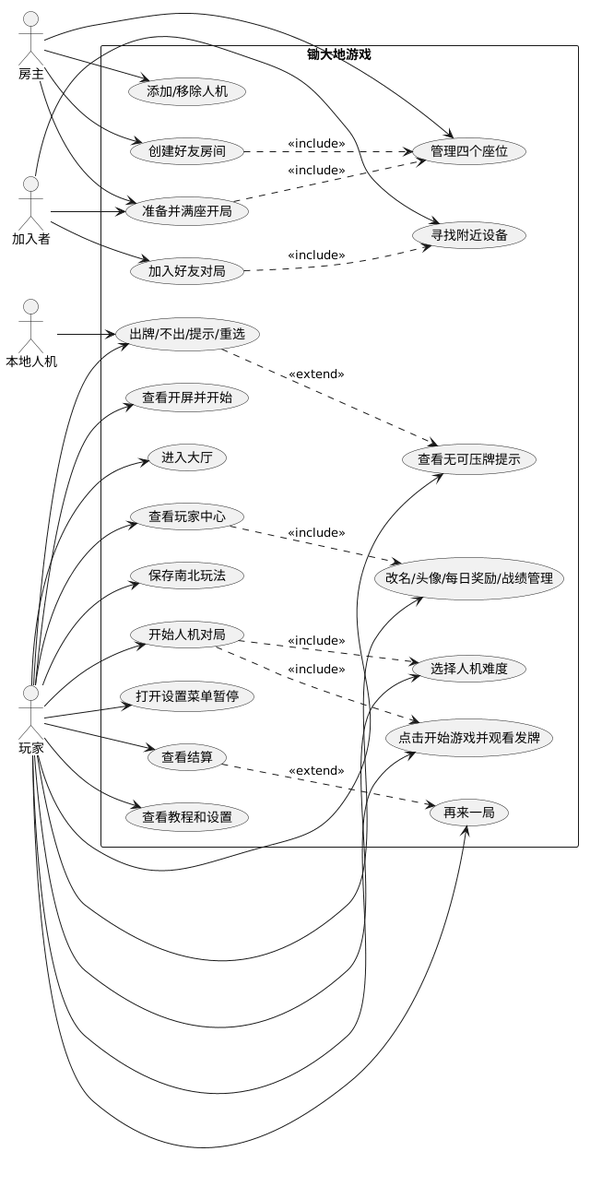
The PlantUML diagram docs/uml/use_case.png in Mojieeee/uml_chudadi, before a commit.
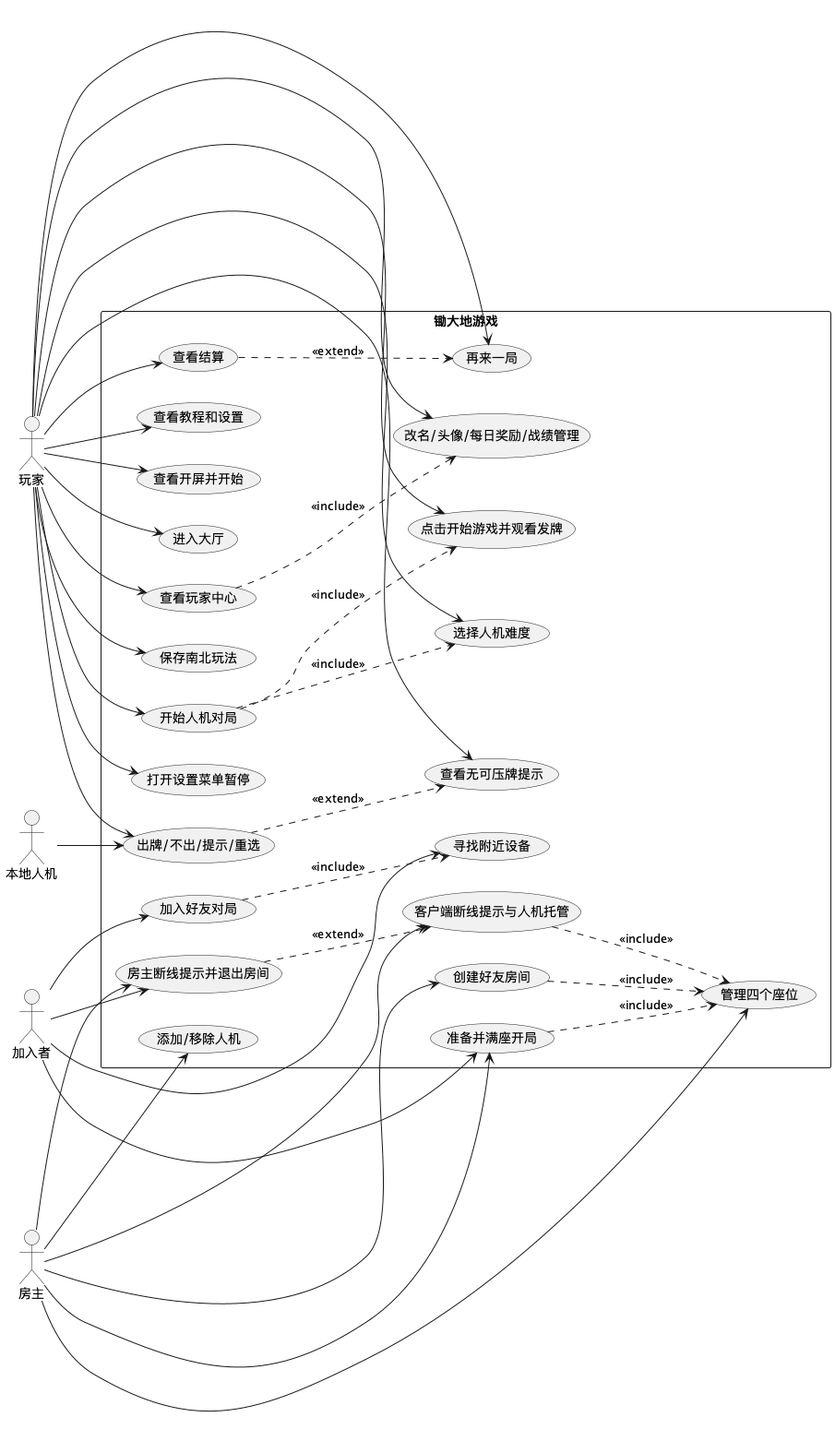
Above is the later version.

The edit, as a diff of the source:
```diff
@@ -22,6 +22,8 @@
   usecase "管理四个座位" as UC_Seats
   usecase "添加/移除人机" as UC_AiSeat
   usecase "准备并满座开局" as UC_StartRoom
+  usecase "客户端断线提示与人机托管" as UC_Disconnect
+  usecase "房主断线提示并退出房间" as UC_HostDisconnect
   usecase "出牌/不出/提示/重选" as UC_Play
   usecase "查看无可压牌提示" as UC_NoBeat
   usecase "打开设置菜单暂停" as UC_Pause
@@ -49,9 +51,12 @@
 Host --> UC_Seats
 Host --> UC_AiSeat
 Host --> UC_StartRoom
+Host --> UC_Disconnect
+Host --> UC_HostDisconnect
 Client --> UC_JoinRoom
 Client --> UC_Search
 Client --> UC_StartRoom
+Client --> UC_HostDisconnect
 Ai --> UC_Play
 
 UC_HumanGame ..> UC_Difficulty : <<include>>
@@ -60,6 +65,8 @@
 UC_CreateRoom ..> UC_Seats : <<include>>
 UC_JoinRoom ..> UC_Search : <<include>>
 UC_StartRoom ..> UC_Seats : <<include>>
+UC_Disconnect ..> UC_Seats : <<include>>
+UC_HostDisconnect ..> UC_Disconnect : <<extend>>
 UC_Play ..> UC_NoBeat : <<extend>>
 UC_Result ..> UC_Rematch : <<extend>>
 @enduml
```
